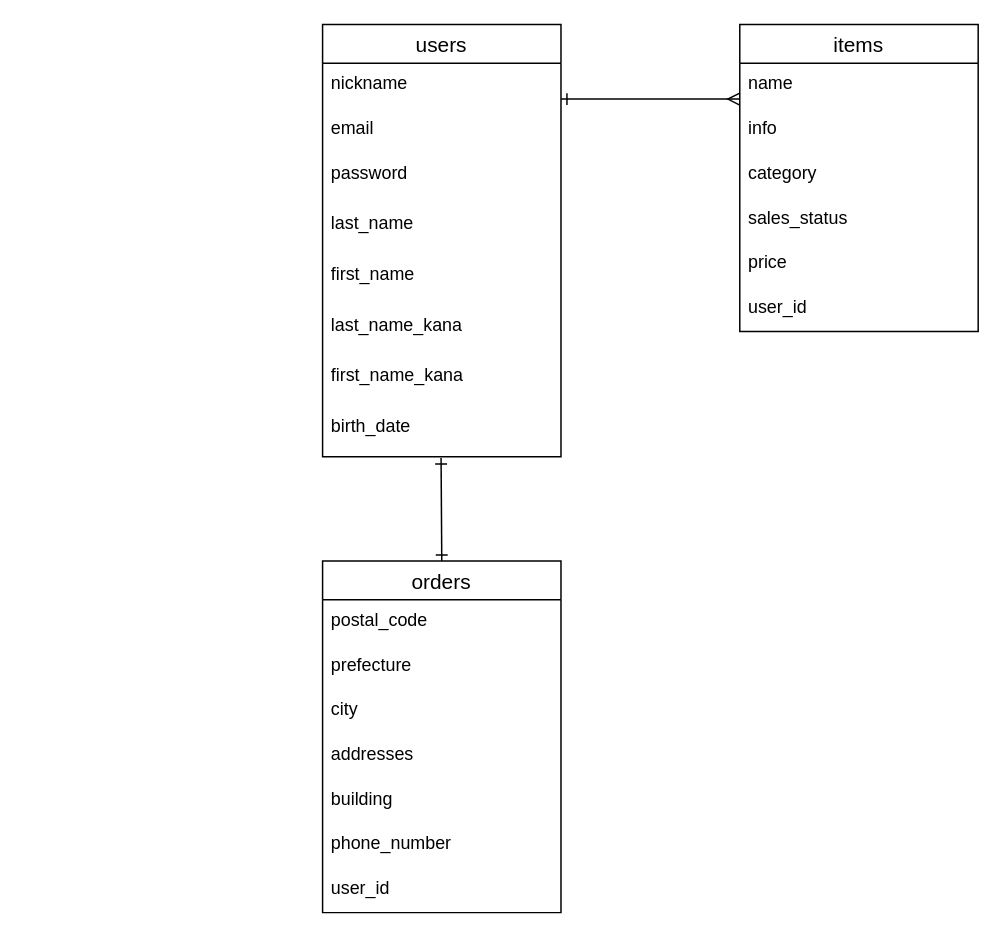
Before: furima-37817.dio in kazami1066/furima-37817, a draw.io diagram. Source tidied: cells renumbered, new cells numbered last; positions are measured from the earlier drawing's top-left corner, leaving out a move shared by most shapes. Both pictures are drawn from the tidied source at 149%, with x=0, y=0 at pixel (322, 24).
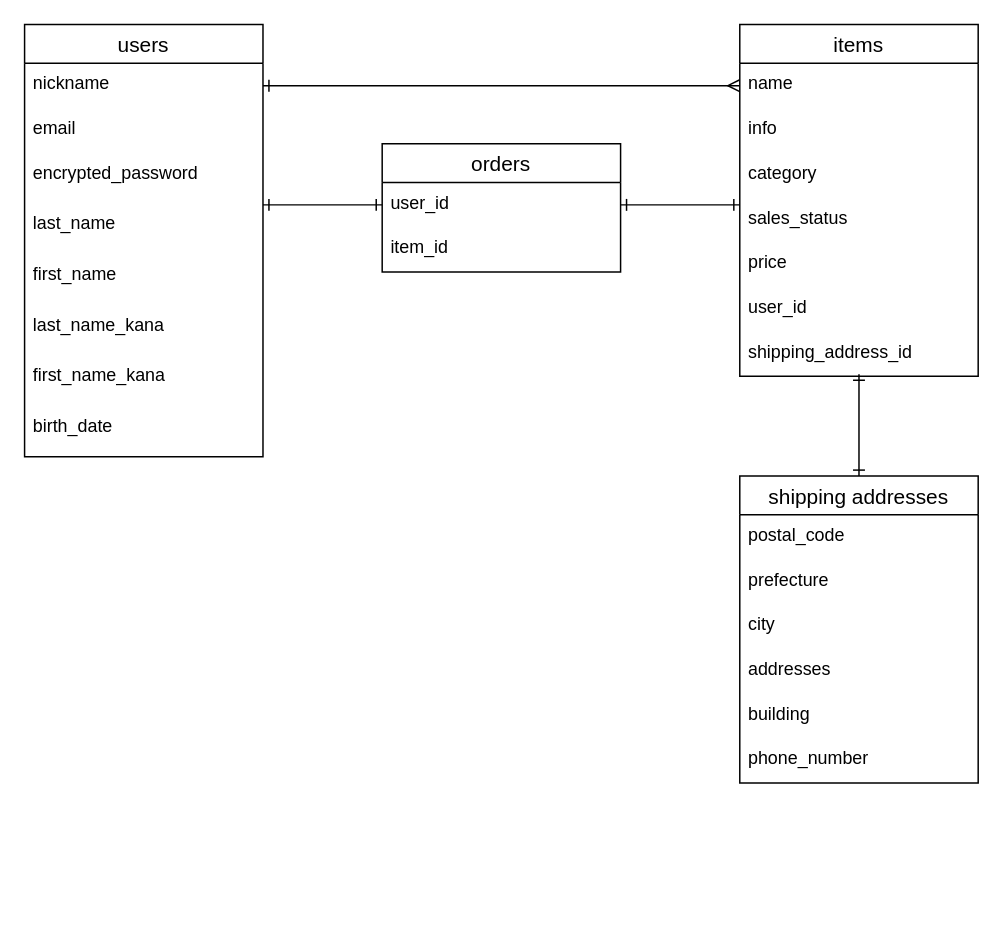
Above is the later version.

Commit message (it also covers changes not shown here):
ER図の作成（修正）

Unchanged cells that the change refers to:
```xml
<mxCell id="3" value="nickname" style="text;strokeColor=none;fillColor=none;spacingLeft=4;spacingRight=4;overflow=hidden;points=[[0,0.5],[1,0.5]];portConstraint=eastwest;fontSize=12;" parent="2" vertex="1">
  <mxGeometry y="26" width="160" height="30" as="geometry" />
</mxCell>
<mxCell id="10" value="birth_date" style="text;strokeColor=none;fillColor=none;spacingLeft=4;spacingRight=4;overflow=hidden;points=[[0,0.5],[1,0.5]];portConstraint=eastwest;fontSize=12;" parent="2" vertex="1">
  <mxGeometry y="256" width="160" height="34" as="geometry" />
</mxCell>
<mxCell id="12" value="name" style="text;strokeColor=none;fillColor=none;spacingLeft=4;spacingRight=4;overflow=hidden;points=[[0,0.5],[1,0.5]];portConstraint=eastwest;fontSize=12;" parent="11" vertex="1">
  <mxGeometry y="26" width="160" height="30" as="geometry" />
</mxCell>
```

Change to the diagram source:
```diff
@@
     <mxCell id="2" value="users" style="swimlane;fontStyle=0;horizontal=1;startSize=26;align=center;fontSize=14;" parent="1" vertex="1">
-      <mxGeometry width="160" height="290" as="geometry" />
+      <mxGeometry x="-200" width="160" height="290" as="geometry" />
     </mxCell>
@@
-    <mxCell id="5" value="password" style="text;strokeColor=none;fillColor=none;spacingLeft=4;spacingRight=4;overflow=hidden;fontSize=12;" parent="2" vertex="1">
+    <mxCell id="5" value="encrypted_password" style="text;strokeColor=none;fillColor=none;spacingLeft=4;spacingRight=4;overflow=hidden;fontSize=12;" parent="2" vertex="1">
       <mxGeometry y="86" width="160" height="34" as="geometry" />
     </mxCell>
@@
     <mxCell id="11" value="items" style="swimlane;fontStyle=0;horizontal=1;startSize=26;align=center;fontSize=14;" parent="1" vertex="1">
-      <mxGeometry x="280" width="160" height="206" as="geometry" />
+      <mxGeometry x="280" width="160" height="236" as="geometry" />
     </mxCell>
@@
+    <mxCell id="28" value="shipping_address_id" style="text;strokeColor=none;fillColor=none;spacingLeft=4;spacingRight=4;overflow=hidden;fontSize=12;" parent="11" vertex="1">
+      <mxGeometry y="206" width="160" height="30" as="geometry" />
+    </mxCell>
     <mxCell id="18" value="orders" style="swimlane;fontStyle=0;horizontal=1;startSize=26;align=center;fontSize=14;" parent="1" vertex="1">
-      <mxGeometry y="360" width="160" height="236" as="geometry" />
+      <mxGeometry x="40" y="80" width="160" height="86" as="geometry" />
     </mxCell>
+    <mxCell id="23" value="user_id" style="text;strokeColor=none;fillColor=none;spacingLeft=4;spacingRight=4;overflow=hidden;points=[[0,0.5],[1,0.5]];portConstraint=eastwest;fontSize=12;" parent="18" vertex="1">
+      <mxGeometry y="26" width="160" height="30" as="geometry" />
+    </mxCell>
+    <mxCell id="24" value="item_id" style="text;strokeColor=none;fillColor=none;spacingLeft=4;spacingRight=4;overflow=hidden;fontSize=12;" parent="18" vertex="1">
+      <mxGeometry y="56" width="160" height="30" as="geometry" />
+    </mxCell>
+    <mxCell id="26" style="edgeStyle=entityRelationEdgeStyle;fontSize=12;html=1;endArrow=ERmany;startArrow=ERone;endFill=0;startFill=0;strokeWidth=1;exitX=1;exitY=0.5;exitDx=0;exitDy=0;entryX=0;entryY=0.5;entryDx=0;entryDy=0;" parent="1" edge="1" source="3" target="12">
+      <mxGeometry relative="1" as="geometry" />
+    </mxCell>
+    <mxCell id="27" style="endArrow=ERone;html=1;rounded=0;strokeWidth=1;entryX=1;entryY=0.5;entryDx=0;entryDy=0;startArrow=ERone;startFill=0;endFill=0;" parent="1" edge="1" target="23">
+      <mxGeometry relative="1" as="geometry">
+        <mxPoint x="280" y="121" as="sourcePoint" />
+      </mxGeometry>
+    </mxCell>
+    <mxCell id="29" value="shipping addresses" style="swimlane;fontStyle=0;horizontal=1;startSize=26;align=center;fontSize=14;" parent="1" vertex="1">
+      <mxGeometry x="280" y="303" width="160" height="206" as="geometry" />
+    </mxCell>
-    <mxCell id="19" value="postal_code" style="text;strokeColor=none;fillColor=none;spacingLeft=4;spacingRight=4;overflow=hidden;fontSize=12;" parent="18" vertex="1">
+    <mxCell id="19" value="postal_code  " style="text;strokeColor=none;fillColor=none;spacingLeft=4;spacingRight=4;overflow=hidden;fontSize=12;" parent="29" vertex="1">
       <mxGeometry y="26" width="160" height="30" as="geometry" />
     </mxCell>
-    <mxCell id="20" value="prefecture" style="text;strokeColor=none;fillColor=none;spacingLeft=4;spacingRight=4;overflow=hidden;fontSize=12;" parent="18" vertex="1">
+    <mxCell id="20" value="prefecture" style="text;strokeColor=none;fillColor=none;spacingLeft=4;spacingRight=4;overflow=hidden;fontSize=12;" parent="29" vertex="1">
       <mxGeometry y="56" width="160" height="30" as="geometry" />
     </mxCell>
-    <mxCell id="21" value="city" style="text;strokeColor=none;fillColor=none;spacingLeft=4;spacingRight=4;overflow=hidden;fontSize=12;" parent="18" vertex="1">
+    <mxCell id="21" value="city" style="text;strokeColor=none;fillColor=none;spacingLeft=4;spacingRight=4;overflow=hidden;fontSize=12;" parent="29" vertex="1">
       <mxGeometry y="86" width="160" height="30" as="geometry" />
     </mxCell>
-    <mxCell id="22" value="addresses" style="text;strokeColor=none;fillColor=none;spacingLeft=4;spacingRight=4;overflow=hidden;fontSize=12;" parent="18" vertex="1">
+    <mxCell id="22" value="addresses" style="text;strokeColor=none;fillColor=none;spacingLeft=4;spacingRight=4;overflow=hidden;fontSize=12;" parent="29" vertex="1">
       <mxGeometry y="116" width="160" height="30" as="geometry" />
     </mxCell>
-    <mxCell id="23" value="building" style="text;strokeColor=none;fillColor=none;spacingLeft=4;spacingRight=4;overflow=hidden;points=[[0,0.5],[1,0.5]];portConstraint=eastwest;fontSize=12;" parent="18" vertex="1">
-      <mxGeometry y="146" width="160" height="30" as="geometry" />
-    </mxCell>
-    <mxCell id="24" value="phone_number" style="text;strokeColor=none;fillColor=none;spacingLeft=4;spacingRight=4;overflow=hidden;fontSize=12;" parent="18" vertex="1">
-      <mxGeometry y="176" width="160" height="30" as="geometry" />
-    </mxCell>
-    <mxCell id="25" value="user_id" style="text;strokeColor=none;fillColor=none;spacingLeft=4;spacingRight=4;overflow=hidden;fontSize=12;" parent="18" vertex="1">
-      <mxGeometry y="206" width="160" height="30" as="geometry" />
-    </mxCell>
-    <mxCell id="26" style="edgeStyle=entityRelationEdgeStyle;fontSize=12;html=1;endArrow=ERmany;startArrow=ERone;endFill=0;startFill=0;strokeWidth=1;" parent="1" edge="1">
-      <mxGeometry relative="1" as="geometry">
-        <mxPoint x="160" y="50" as="sourcePoint" />
-        <mxPoint x="280" y="50" as="targetPoint" />
-      </mxGeometry>
-    </mxCell>
-    <mxCell id="27" style="endArrow=ERone;html=1;rounded=0;strokeWidth=1;entryX=0.5;entryY=0;entryDx=0;entryDy=0;startArrow=ERone;startFill=0;endFill=0;exitX=0.497;exitY=1.027;exitDx=0;exitDy=0;exitPerimeter=0;" parent="1" edge="1" source="10" target="18">
-      <mxGeometry relative="1" as="geometry" />
-    </mxCell>
+    <mxCell id="30" value="building" style="text;strokeColor=none;fillColor=none;spacingLeft=4;spacingRight=4;overflow=hidden;fontSize=12;" parent="29" vertex="1">
+      <mxGeometry y="146" width="160" height="30" as="geometry" />
+    </mxCell>
+    <mxCell id="31" value="phone_number" style="text;strokeColor=none;fillColor=none;spacingLeft=4;spacingRight=4;overflow=hidden;fontSize=12;" parent="29" vertex="1">
+      <mxGeometry y="176" width="160" height="30" as="geometry" />
+    </mxCell>
+    <mxCell id="32" style="endArrow=ERone;html=1;rounded=0;strokeWidth=1;startArrow=ERone;startFill=0;endFill=0;entryX=0;entryY=0.5;entryDx=0;entryDy=0;" parent="1" edge="1" target="23">
+      <mxGeometry relative="1" as="geometry">
+        <mxPoint x="-40" y="121" as="sourcePoint" />
+      </mxGeometry>
+    </mxCell>
+    <mxCell id="33" style="endArrow=ERone;html=1;rounded=0;strokeWidth=1;startArrow=ERone;startFill=0;endFill=0;entryX=0.5;entryY=0;entryDx=0;entryDy=0;exitX=0.5;exitY=1.05;exitDx=0;exitDy=0;exitPerimeter=0;" parent="1" edge="1" target="29">
+      <mxGeometry relative="1" as="geometry">
+        <mxPoint x="360" y="234.7" as="sourcePoint" />
+      </mxGeometry>
+    </mxCell>
```
